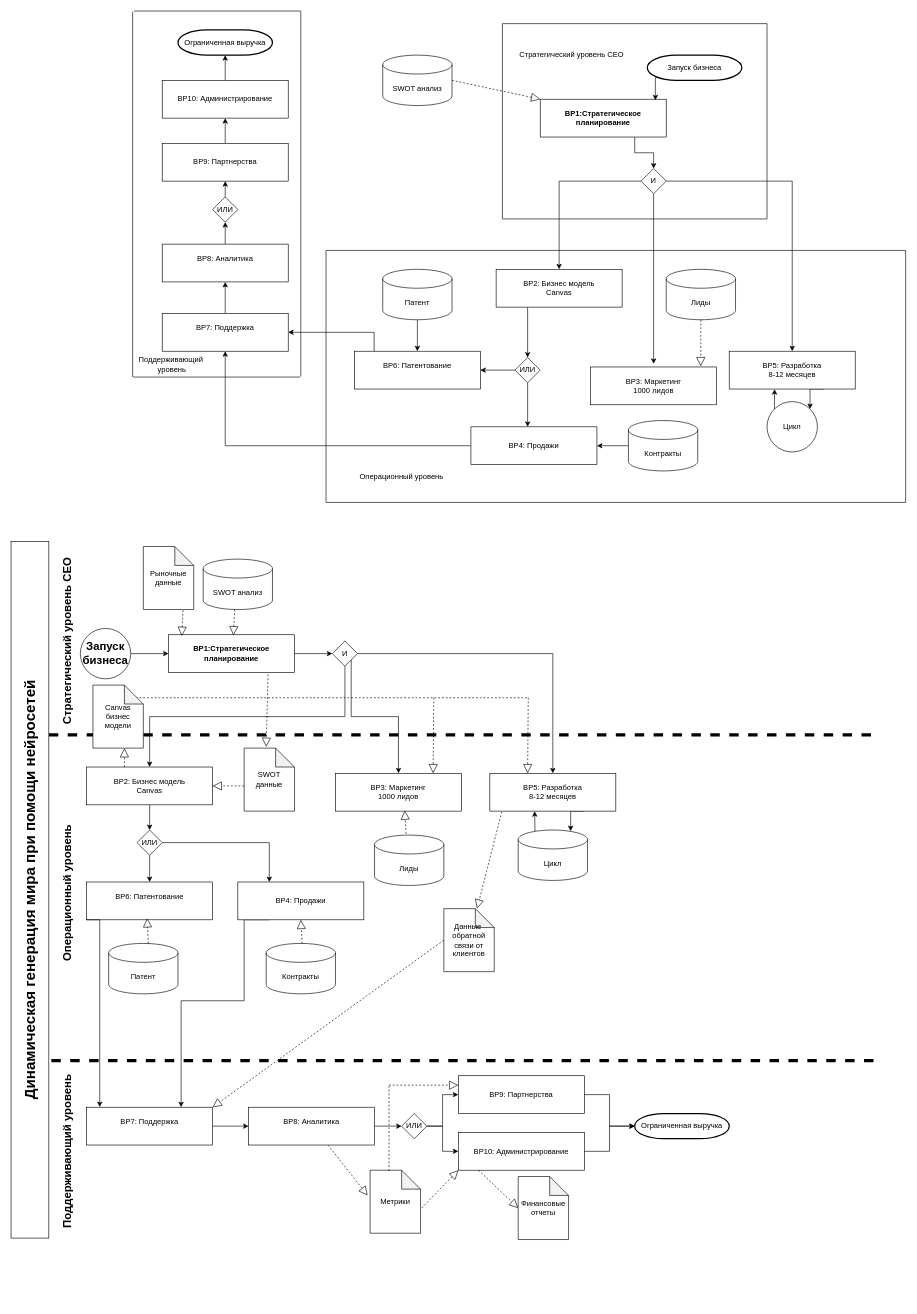
Slavik993/Diplom_Shebanov_2026 keeps this draw.io diagram as AS IS.drawio. Above is the earlier version. Source tidied: cells renumbered, new cells numbered last; positions are measured from the earlier drawing's top-left corner, leaving out a move shared by most shapes. Both pictures are drawn from the tidied source at 63%, with x=0, y=0 at pixel (-319, 11).
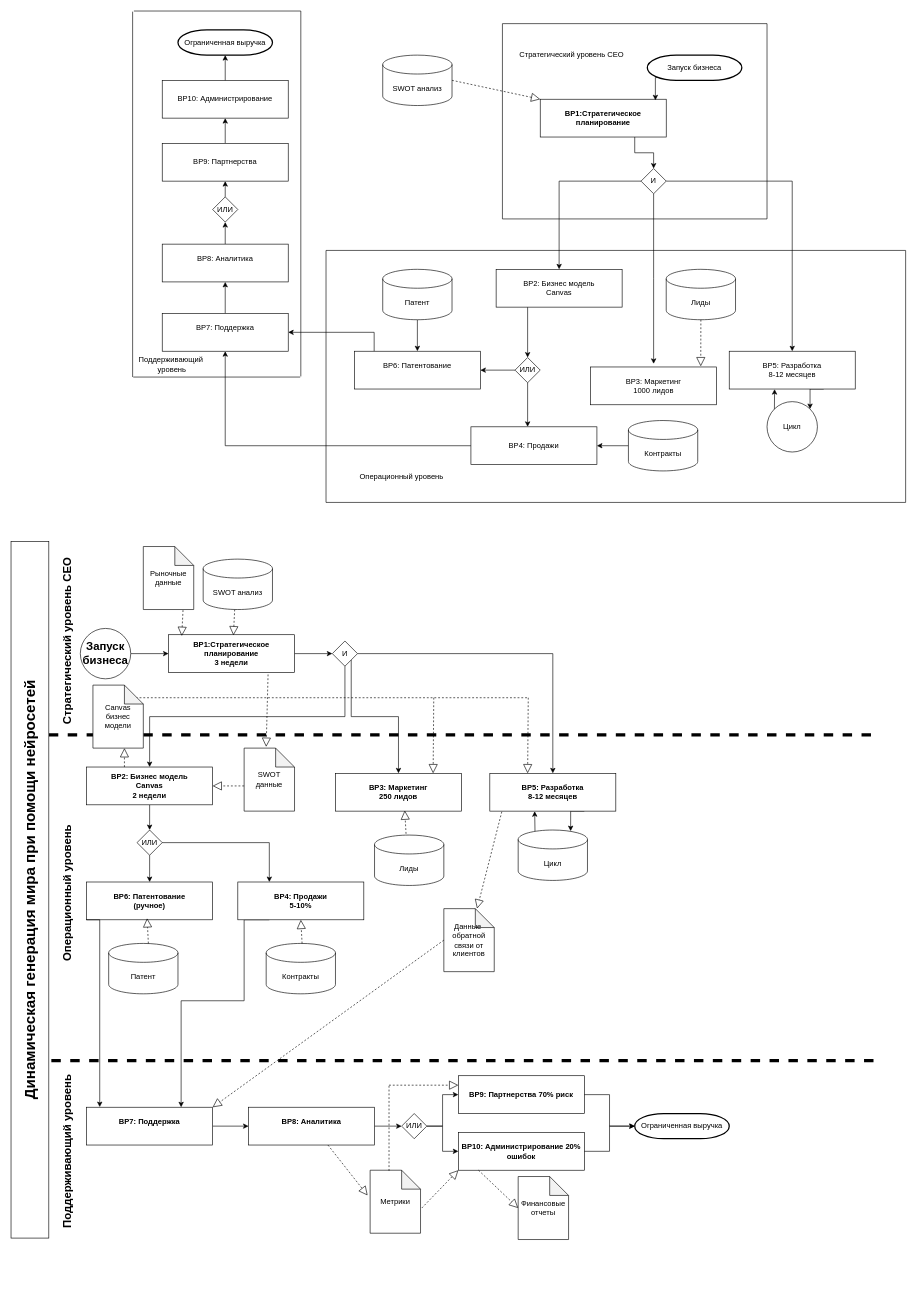
The same diagram, later.

The edit, as a diff of the source:
```diff
@@
-    <mxCell id="64" value="&lt;b&gt;BP1:Стратегическое планирование&lt;/b&gt;" style="rounded=0;whiteSpace=wrap;html=1;" parent="1" vertex="1">
+    <mxCell id="64" value="&lt;b&gt;BP1:Стратегическое планирование&lt;/b&gt;&lt;div&gt;&lt;b&gt;3 недели&lt;/b&gt;&lt;/div&gt;" style="rounded=0;whiteSpace=wrap;html=1;" parent="1" vertex="1">
       <mxGeometry x="773" y="990" width="200" height="60" as="geometry" />
     </mxCell>
@@
-    <mxCell id="72" value="BP2: Бизнес модель&lt;div&gt;Canvas&lt;/div&gt;" style="rounded=0;whiteSpace=wrap;html=1;" parent="1" vertex="1">
+    <mxCell id="72" value="&lt;b&gt;BP2: Бизнес модель&lt;/b&gt;&lt;div&gt;&lt;b&gt;Canvas&lt;/b&gt;&lt;/div&gt;&lt;div&gt;&lt;b&gt;2 недели&lt;/b&gt;&lt;/div&gt;" style="rounded=0;whiteSpace=wrap;html=1;" parent="1" vertex="1">
       <mxGeometry x="643" y="1200" width="200" height="60" as="geometry" />
     </mxCell>
@@
-    <mxCell id="76" value="BP6: Патентование&lt;div&gt;&lt;br&gt;&lt;/div&gt;" style="rounded=0;whiteSpace=wrap;html=1;" parent="1" vertex="1">
+    <mxCell id="76" value="&lt;b&gt;BP6: Патентование&lt;/b&gt;&lt;div&gt;&lt;b&gt;(ручное)&lt;/b&gt;&lt;/div&gt;" style="rounded=0;whiteSpace=wrap;html=1;" parent="1" vertex="1">
       <mxGeometry x="643" y="1382.5" width="200" height="60" as="geometry" />
     </mxCell>
@@
-    <mxCell id="78" value="BP4: Продажи" style="rounded=0;whiteSpace=wrap;html=1;" parent="1" vertex="1">
+    <mxCell id="78" value="&lt;b&gt;BP4: Продажи&lt;/b&gt;&lt;div&gt;&lt;b&gt;5-10%&lt;/b&gt;&lt;/div&gt;" style="rounded=0;whiteSpace=wrap;html=1;" parent="1" vertex="1">
       <mxGeometry x="883" y="1382.5" width="200" height="60" as="geometry" />
     </mxCell>
@@
-    <mxCell id="84" value="BP5: Разработка&lt;br&gt;8-12 месяцев" style="rounded=0;whiteSpace=wrap;html=1;" parent="1" vertex="1">
+    <mxCell id="84" value="&lt;b&gt;BP5: Разработка&lt;br&gt;8-12 месяцев&lt;/b&gt;" style="rounded=0;whiteSpace=wrap;html=1;" parent="1" vertex="1">
       <mxGeometry x="1283" y="1210" width="200" height="60" as="geometry" />
     </mxCell>
@@
-    <mxCell id="86" value="BP3: Маркетинг&lt;br&gt;1000 лидов" style="rounded=0;whiteSpace=wrap;html=1;" parent="1" vertex="1">
+    <mxCell id="86" value="&lt;b&gt;BP3: Маркетинг&lt;br&gt;250 лидов&lt;/b&gt;" style="rounded=0;whiteSpace=wrap;html=1;" parent="1" vertex="1">
       <mxGeometry x="1038" y="1210" width="200" height="60" as="geometry" />
     </mxCell>
@@
-    <mxCell id="92" value="BP7: Поддержка&lt;div&gt;&lt;br&gt;&lt;/div&gt;" style="rounded=0;whiteSpace=wrap;html=1;" parent="1" vertex="1">
+    <mxCell id="92" value="&lt;b&gt;BP7: Поддержка&lt;/b&gt;&lt;div&gt;&lt;br&gt;&lt;/div&gt;" style="rounded=0;whiteSpace=wrap;html=1;" parent="1" vertex="1">
       <mxGeometry x="643" y="1740" width="200" height="60" as="geometry" />
     </mxCell>
@@
-    <mxCell id="94" value="BP8: Аналитика&lt;div&gt;&lt;br&gt;&lt;/div&gt;" style="rounded=0;whiteSpace=wrap;html=1;" parent="1" vertex="1">
+    <mxCell id="94" value="&lt;b&gt;BP8: Аналитика&lt;/b&gt;&lt;div&gt;&lt;br&gt;&lt;/div&gt;" style="rounded=0;whiteSpace=wrap;html=1;" parent="1" vertex="1">
       <mxGeometry x="900" y="1740" width="200" height="60" as="geometry" />
     </mxCell>
@@
-    <mxCell id="99" value="BP9: Партнерства" style="rounded=0;whiteSpace=wrap;html=1;" parent="1" vertex="1">
+    <mxCell id="99" value="&lt;b&gt;BP9: Партнерства 70% риск&lt;/b&gt;" style="rounded=0;whiteSpace=wrap;html=1;" parent="1" vertex="1">
       <mxGeometry x="1233" y="1690" width="200" height="60" as="geometry" />
     </mxCell>
-    <mxCell id="100" value="BP10: Администрирование" style="rounded=0;whiteSpace=wrap;html=1;" parent="1" vertex="1">
+    <mxCell id="100" value="&lt;b&gt;BP10: Администрирование 20% ошибок&lt;/b&gt;" style="rounded=0;whiteSpace=wrap;html=1;" parent="1" vertex="1">
       <mxGeometry x="1233" y="1780" width="200" height="60" as="geometry" />
     </mxCell>
```
